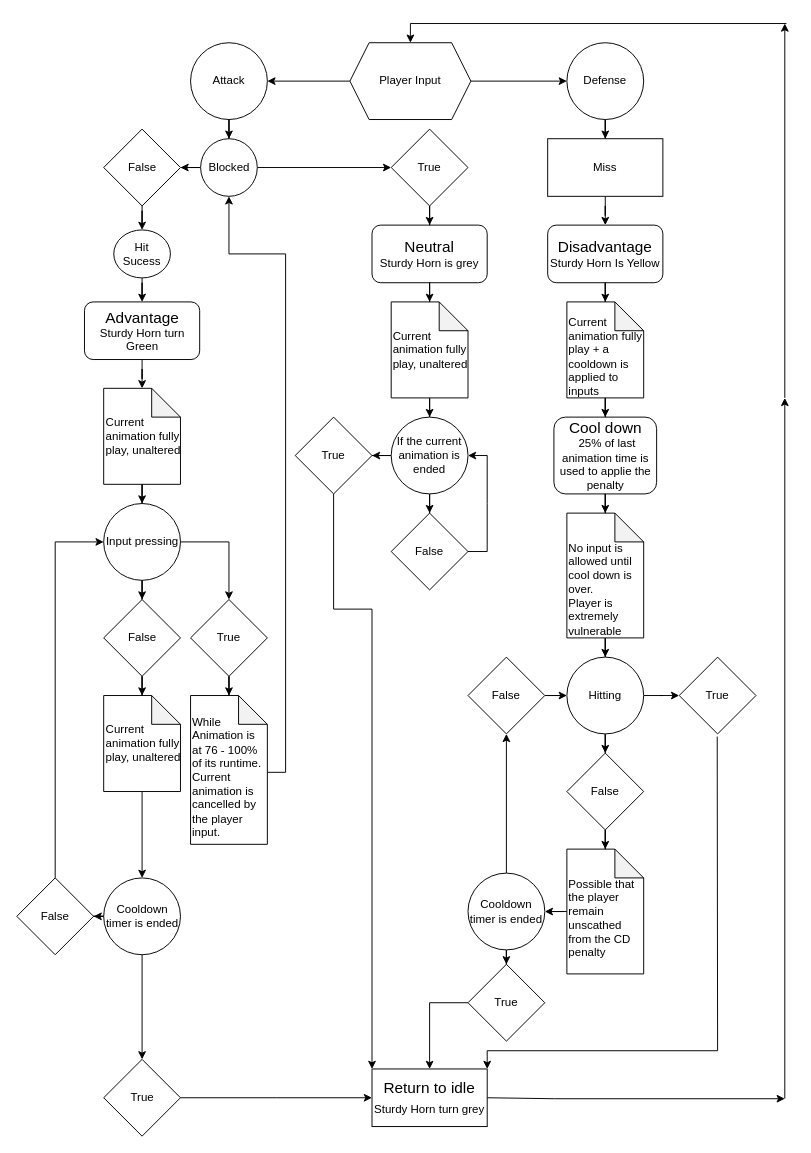
Jonathan-Dion/SturdyMachine keeps this draw.io diagram as SturdyMachine/Assets/SturdyMachine/Scripts/Features/TimeAND/TimeAND.drawio. Above is the earlier version. Source tidied: cells renumbered, new cells numbered last; positions are measured from the earlier drawing's top-left corner, leaving out a move shared by most shapes. Both pictures are drawn from the tidied source at 96%, with x=0, y=0 at pixel (16, 23).
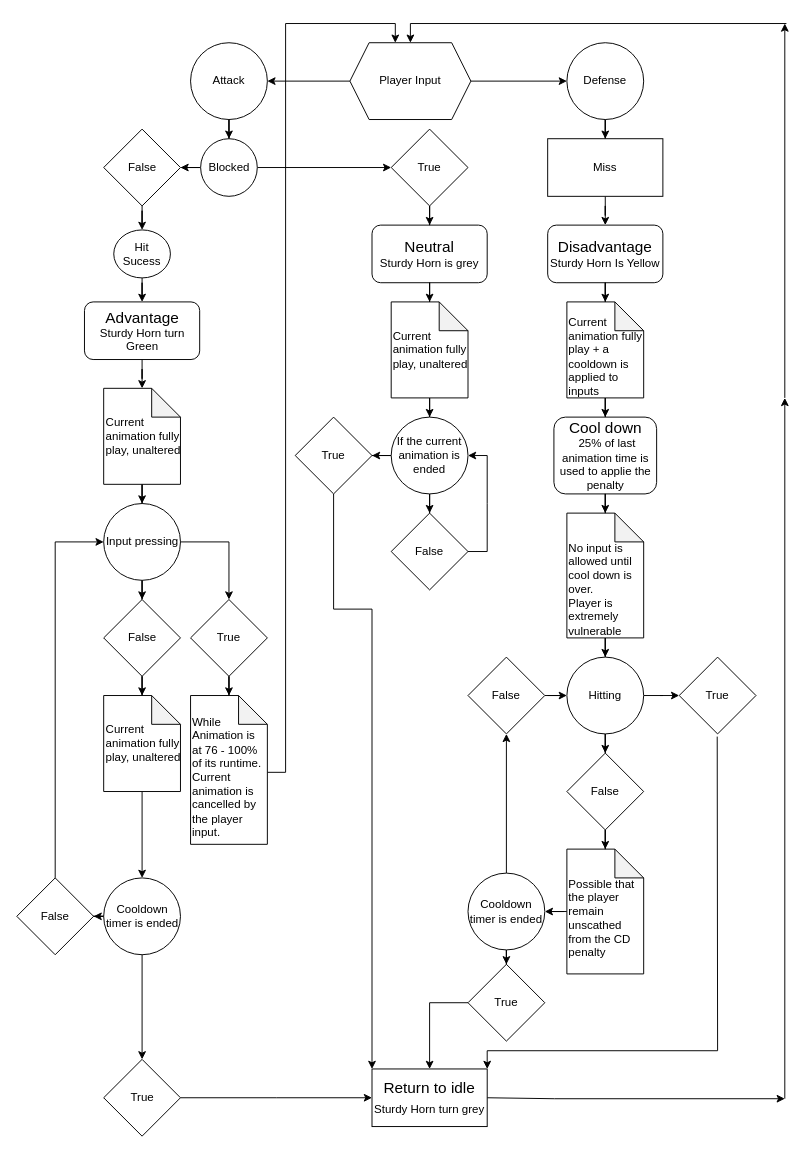
After the change.

The change refers to these unchanged cells:
```xml
<mxCell id="4" value="Player Input" style="shape=hexagon;perimeter=hexagonPerimeter2;whiteSpace=wrap;html=1;fixedSize=1;" parent="1" vertex="1">
  <mxGeometry x="347" y="20" width="126" height="80" as="geometry" />
</mxCell>
<mxCell id="29" value="Blocked" style="ellipse;whiteSpace=wrap;html=1;" parent="1" vertex="1">
  <mxGeometry x="191.5" y="120" width="59" height="60" as="geometry" />
</mxCell>
<mxCell id="48" value="&lt;div&gt;&lt;br&gt;&lt;/div&gt;While Animation is at 76 - 100% of its runtime. Current animation is cancelled by the player input." style="shape=note;whiteSpace=wrap;html=1;backgroundOutline=1;darkOpacity=0.05;align=left;" parent="1" vertex="1">
  <mxGeometry x="181" y="700" width="80" height="155" as="geometry" />
</mxCell>
```

What changed in the source:
```diff
@@
-    <mxCell id="47" style="edgeStyle=orthogonalEdgeStyle;rounded=0;jettySize=auto;html=1;entryX=0.5;entryY=1;entryDx=0;entryDy=0;" parent="1" edge="1" source="48" target="29">
+    <mxCell id="47" style="edgeStyle=orthogonalEdgeStyle;rounded=0;jettySize=auto;html=1;entryX=0.375;entryY=0;entryDx=0;entryDy=0;" parent="1" edge="1" source="48" target="4">
       <mxGeometry relative="1" as="geometry">
         <Array as="points">
           <mxPoint x="280" y="780" />
-          <mxPoint x="280" y="240" />
-          <mxPoint x="221" y="240" />
+          <mxPoint x="280" />
+          <mxPoint x="394" />
         </Array>
       </mxGeometry>
     </mxCell>
```
